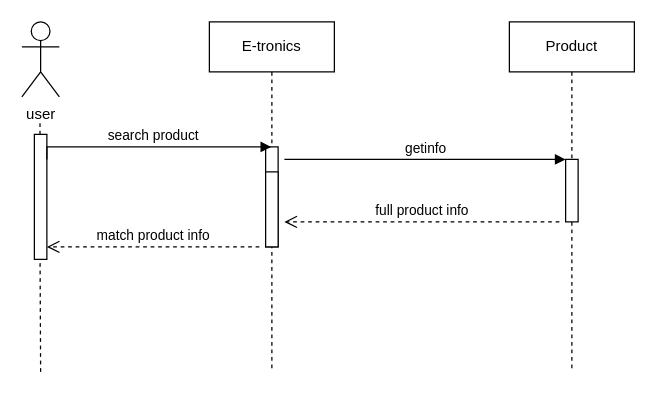
Dabi-ayu/JS-code-repo keeps this draw.io diagram as Day1/Untitled Diagram.drawio. Above is the earlier version. Source tidied: cells renumbered, new cells numbered last; positions are measured from the earlier drawing's top-left corner, leaving out a move shared by most shapes. Both pictures are drawn from the tidied source at 125%, with x=0, y=0 at pixel (21, 21).
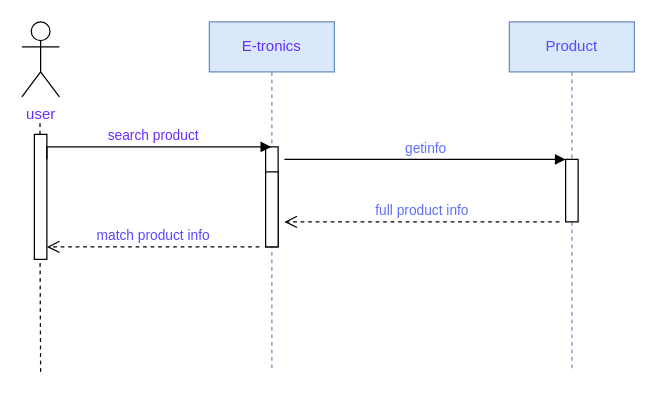
The same diagram, later.

Unchanged cells that the change refers to:
```xml
<mxCell id="6" style="html=1;points=[];perimeter=orthogonalPerimeter;outlineConnect=0;targetShapes=umlLifeline;portConstraint=eastwest;newEdgeStyle={&quot;edgeStyle&quot;:&quot;elbowEdgeStyle&quot;,&quot;elbow&quot;:&quot;vertical&quot;,&quot;curved&quot;:0,&quot;rounded&quot;:0};" parent="5" vertex="1">
  <mxGeometry x="45" y="110" width="10" height="50" as="geometry" />
</mxCell>
<mxCell id="12" style="html=1;points=[];perimeter=orthogonalPerimeter;outlineConnect=0;targetShapes=umlLifeline;portConstraint=eastwest;newEdgeStyle={&quot;edgeStyle&quot;:&quot;elbowEdgeStyle&quot;,&quot;elbow&quot;:&quot;vertical&quot;,&quot;curved&quot;:0,&quot;rounded&quot;:0};" parent="1" vertex="1">
  <mxGeometry x="10" y="90" width="10" height="100" as="geometry" />
</mxCell>
```

Change to the diagram source:
```diff
@@
-    <mxCell id="2" value="E-tronics" style="shape=umlLifeline;perimeter=lifelinePerimeter;whiteSpace=wrap;html=1;outlineConnect=0;portConstraint=eastwest;newEdgeStyle={&quot;edgeStyle&quot;:&quot;elbowEdgeStyle&quot;,&quot;elbow&quot;:&quot;vertical&quot;,&quot;curved&quot;:0,&quot;rounded&quot;:0};" parent="1" vertex="1">
+    <mxCell id="2" value="&lt;font color=&quot;#662eff&quot;&gt;E-tronics&lt;/font&gt;" style="shape=umlLifeline;perimeter=lifelinePerimeter;whiteSpace=wrap;html=1;outlineConnect=0;portConstraint=eastwest;newEdgeStyle={&quot;edgeStyle&quot;:&quot;elbowEdgeStyle&quot;,&quot;elbow&quot;:&quot;vertical&quot;,&quot;curved&quot;:0,&quot;rounded&quot;:0};fillColor=#dae8fc;strokeColor=#6c8ebf;" parent="1" vertex="1">
       <mxGeometry x="150" width="100" height="280" as="geometry" />
     </mxCell>
@@
-    <mxCell id="5" value="Product" style="shape=umlLifeline;perimeter=lifelinePerimeter;whiteSpace=wrap;html=1;newEdgeStyle={&quot;edgeStyle&quot;:&quot;elbowEdgeStyle&quot;,&quot;elbow&quot;:&quot;vertical&quot;,&quot;curved&quot;:0,&quot;rounded&quot;:0};" parent="1" vertex="1">
+    <mxCell id="5" value="&lt;font color=&quot;#5a47ff&quot;&gt;Product&lt;/font&gt;" style="shape=umlLifeline;perimeter=lifelinePerimeter;whiteSpace=wrap;html=1;newEdgeStyle={&quot;edgeStyle&quot;:&quot;elbowEdgeStyle&quot;,&quot;elbow&quot;:&quot;vertical&quot;,&quot;curved&quot;:0,&quot;rounded&quot;:0};fillColor=#dae8fc;strokeColor=#6c8ebf;" parent="1" vertex="1">
       <mxGeometry x="390" width="100" height="280" as="geometry" />
     </mxCell>
@@
-    <mxCell id="7" value="getinfo&lt;br&gt;" style="html=1;verticalAlign=bottom;endArrow=block;edgeStyle=elbowEdgeStyle;elbow=vertical;curved=0;rounded=0;" parent="1" edge="1" target="6">
+    <mxCell id="7" value="&lt;font color=&quot;#5e6eff&quot;&gt;getinfo&lt;/font&gt;" style="html=1;verticalAlign=bottom;endArrow=block;edgeStyle=elbowEdgeStyle;elbow=vertical;curved=0;rounded=0;" parent="1" edge="1" target="6">
       <mxGeometry relative="1" as="geometry">
         <mxPoint x="210" y="110" as="sourcePoint" />
         <Array as="points">
           <mxPoint x="300" y="110" />
           <mxPoint x="350" y="120" />
           <mxPoint x="230" y="80" />
         </Array>
       </mxGeometry>
     </mxCell>
-    <mxCell id="8" value="user" style="shape=umlActor;verticalLabelPosition=bottom;verticalAlign=top;html=1;" parent="1" vertex="1">
+    <mxCell id="8" value="&lt;font color=&quot;#662eff&quot;&gt;user&lt;/font&gt;" style="shape=umlActor;verticalLabelPosition=bottom;verticalAlign=top;html=1;" parent="1" vertex="1">
       <mxGeometry width="30" height="60" as="geometry" />
     </mxCell>
@@
-    <mxCell id="13" value="match product info&lt;br&gt;" style="html=1;verticalAlign=bottom;endArrow=open;dashed=1;endSize=8;edgeStyle=elbowEdgeStyle;elbow=vertical;curved=0;rounded=0;" parent="1" edge="1" target="12">
+    <mxCell id="13" value="&lt;font color=&quot;#5a47ff&quot;&gt;match product info&lt;/font&gt;" style="html=1;verticalAlign=bottom;endArrow=open;dashed=1;endSize=8;edgeStyle=elbowEdgeStyle;elbow=vertical;curved=0;rounded=0;" parent="1" edge="1" target="12">
       <mxGeometry relative="1" as="geometry">
         <mxPoint x="190" y="180" as="sourcePoint" />
         <Array as="points">
           <mxPoint x="85" y="180" />
         </Array>
       </mxGeometry>
     </mxCell>
-    <mxCell id="14" value="search product" style="html=1;verticalAlign=bottom;endArrow=block;edgeStyle=elbowEdgeStyle;elbow=vertical;curved=0;rounded=0;exitX=1;exitY=0.2;exitDx=0;exitDy=0;exitPerimeter=0;" parent="1" edge="1" source="12" target="2">
+    <mxCell id="14" value="&lt;font color=&quot;#662eff&quot;&gt;search product&lt;/font&gt;" style="html=1;verticalAlign=bottom;endArrow=block;edgeStyle=elbowEdgeStyle;elbow=vertical;curved=0;rounded=0;exitX=1;exitY=0.2;exitDx=0;exitDy=0;exitPerimeter=0;" parent="1" edge="1" source="12" target="2">
       <mxGeometry relative="1" as="geometry">
         <Array as="points">
           <mxPoint x="60" y="100" />
           <mxPoint x="30" y="110" />
           <mxPoint x="50" y="100" />
         </Array>
       </mxGeometry>
     </mxCell>
-    <mxCell id="15" value="full product info" style="html=1;verticalAlign=bottom;endArrow=open;dashed=1;endSize=8;edgeStyle=elbowEdgeStyle;elbow=vertical;curved=0;rounded=0;" parent="1" edge="1">
+    <mxCell id="15" value="&lt;font color=&quot;#5e6eff&quot;&gt;full product info&lt;/font&gt;" style="html=1;verticalAlign=bottom;endArrow=open;dashed=1;endSize=8;edgeStyle=elbowEdgeStyle;elbow=vertical;curved=0;rounded=0;" parent="1" edge="1">
       <mxGeometry relative="1" as="geometry">
         <mxPoint x="430" y="160" as="sourcePoint" />
         <mxPoint x="210" y="160" as="targetPoint" />
       </mxGeometry>
     </mxCell>
```
